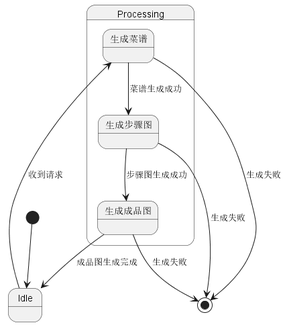
Before: app/documents/state.png, a diagram exported from PlantUML (WuXiuyuansysu/se_homework). The source it was exported from:
```plantuml
@startuml state
[*] --> Idle

state Idle
state "Processing" as processing {
  state "生成菜谱" as gen_recipe
  state "生成步骤图" as gen_steps
  state "生成成品图" as gen_dish
}

Idle --> gen_recipe : 收到请求
gen_recipe --> gen_steps : 菜谱生成成功
gen_steps --> gen_dish : 步骤图生成成功
gen_dish --> Idle : 成品图生成完成

gen_recipe --> [*] : 生成失败
gen_steps --> [*] : 生成失败
gen_dish --> [*] : 生成失败
@enduml
```
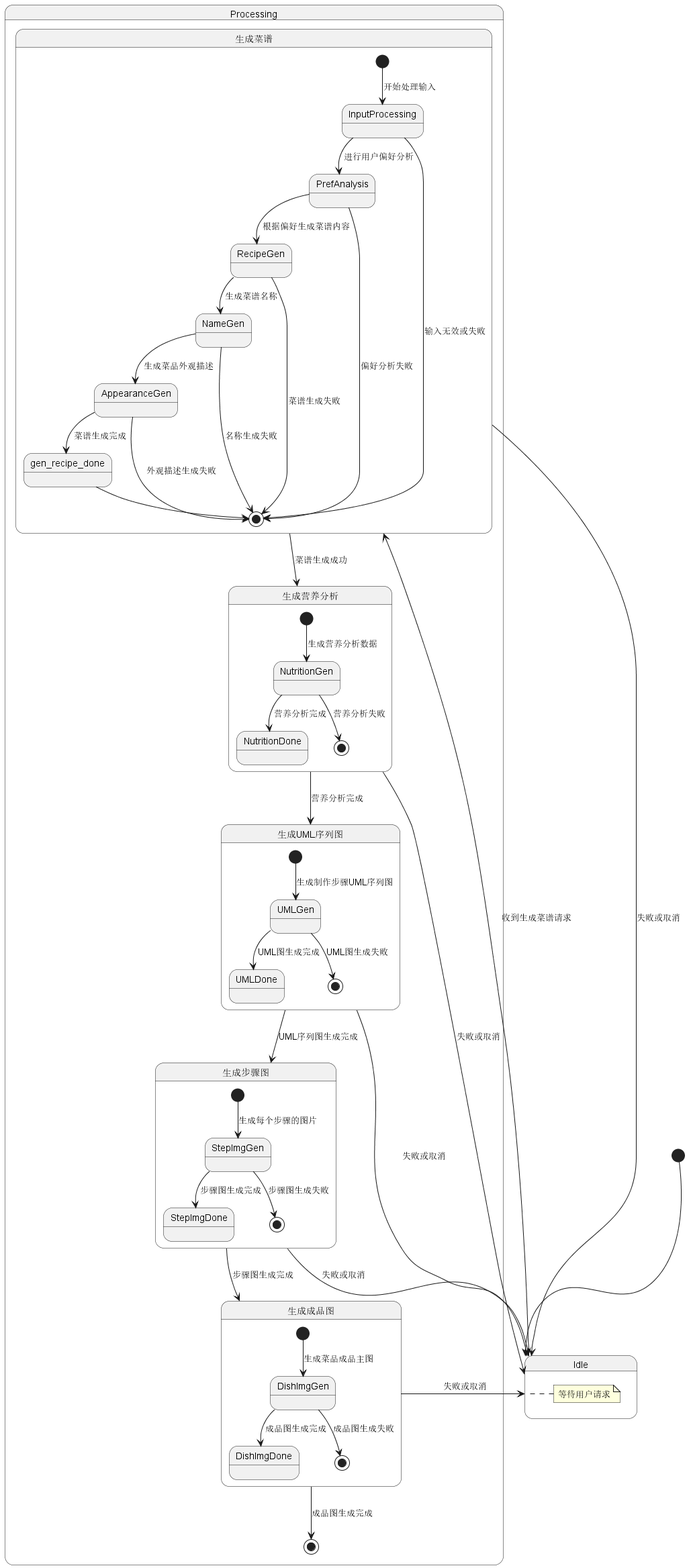
The same file after the commit.

Change to the diagram source:
```diff
@@ -1,19 +1,67 @@
 @startuml state
 [*] --> Idle
 
-state Idle
-state "Processing" as processing {
-  state "生成菜谱" as gen_recipe
-  state "生成步骤图" as gen_steps
-  state "生成成品图" as gen_dish
+state Idle {
+  note right: 等待用户请求
 }
 
-Idle --> gen_recipe : 收到请求
-gen_recipe --> gen_steps : 菜谱生成成功
-gen_steps --> gen_dish : 步骤图生成成功
-gen_dish --> Idle : 成品图生成完成
+state "Processing" as processing {
+  state "生成菜谱" as gen_recipe {
+    [*] --> InputProcessing : 开始处理输入
+    InputProcessing --> PrefAnalysis : 进行用户偏好分析
+    PrefAnalysis --> RecipeGen : 根据偏好生成菜谱内容
+    RecipeGen --> NameGen : 生成菜谱名称
+    NameGen --> AppearanceGen : 生成菜品外观描述
+    AppearanceGen --> gen_recipe_done : 菜谱生成完成
 
-gen_recipe --> [*] : 生成失败
-gen_steps --> [*] : 生成失败
-gen_dish --> [*] : 生成失败
+    gen_recipe_done --> [*]
+
+    InputProcessing --> [*] : 输入无效或失败
+    PrefAnalysis --> [*] : 偏好分析失败
+    RecipeGen --> [*] : 菜谱生成失败
+    NameGen --> [*] : 名称生成失败
+    AppearanceGen --> [*] : 外观描述生成失败
+  }
+
+  state "生成步骤图" as gen_steps {
+    [*] --> StepImgGen : 生成每个步骤的图片
+    StepImgGen --> StepImgDone : 步骤图生成完成
+
+    StepImgGen --> [*] : 步骤图生成失败
+  }
+
+  state "生成成品图" as gen_dish {
+    [*] --> DishImgGen : 生成菜品成品主图
+    DishImgGen --> DishImgDone : 成品图生成完成
+
+    DishImgGen --> [*] : 成品图生成失败
+  }
+
+  state "生成营养分析" as gen_nutrition {
+    [*] --> NutritionGen : 生成营养分析数据
+    NutritionGen --> NutritionDone : 营养分析完成
+
+    NutritionGen --> [*] : 营养分析失败
+  }
+
+  state "生成UML序列图" as gen_uml {
+    [*] --> UMLGen : 生成制作步骤UML序列图
+    UMLGen --> UMLDone : UML图生成完成
+
+    UMLGen --> [*] : UML图生成失败
+  }
+
+  gen_recipe --> gen_nutrition : 菜谱生成成功
+  gen_nutrition --> gen_uml : 营养分析完成
+  gen_uml --> gen_steps : UML序列图生成完成
+  gen_steps --> gen_dish : 步骤图生成完成
+  gen_dish --> [*] : 成品图生成完成
+}
+
+Idle --> gen_recipe : 收到生成菜谱请求
+gen_recipe --> Idle : 失败或取消
+gen_nutrition --> Idle : 失败或取消
+gen_uml --> Idle : 失败或取消
+gen_steps --> Idle : 失败或取消
+gen_dish --> Idle : 失败或取消
 @enduml
```
